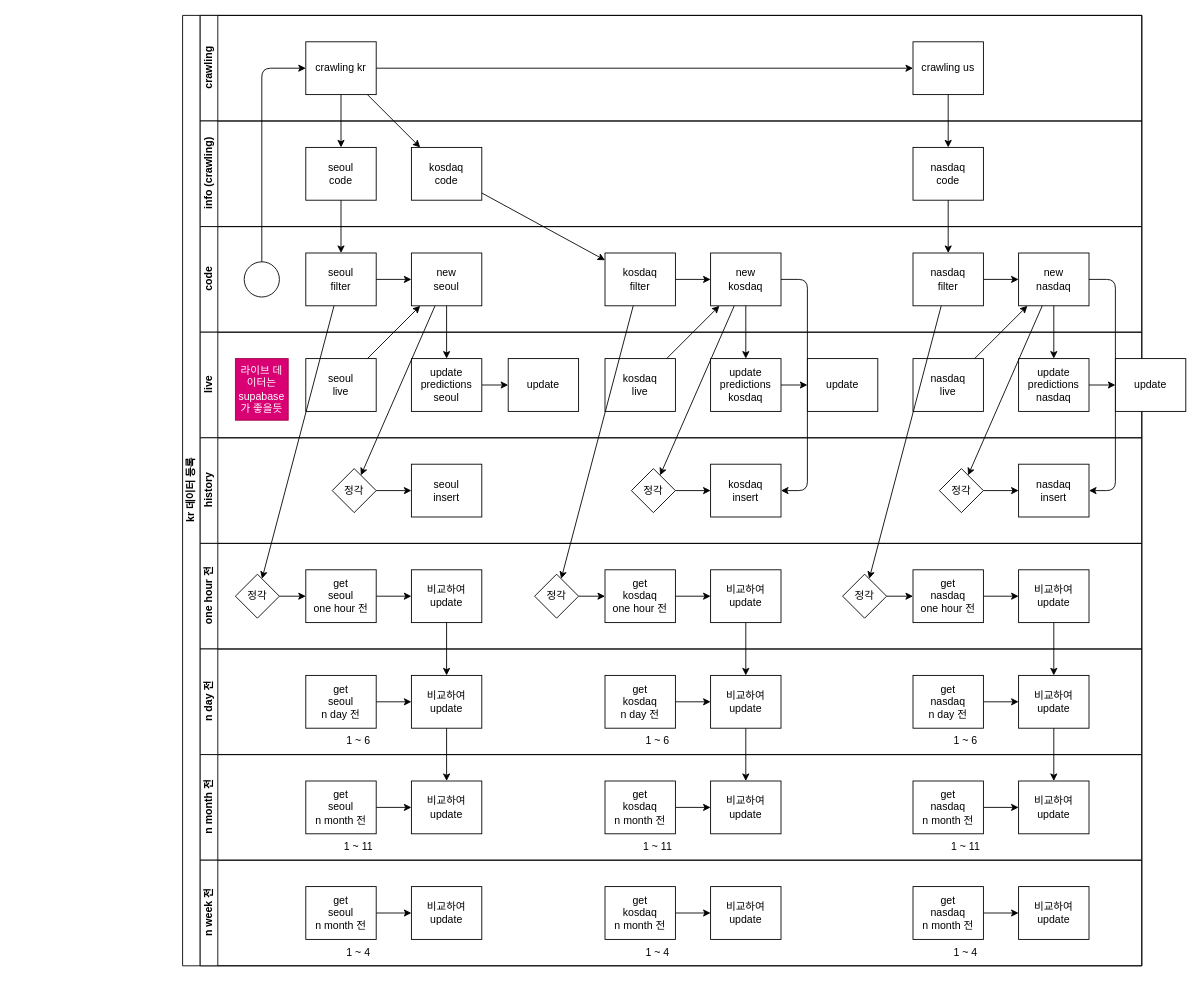
Before: drawio/수집.drawio in inpiniti/stock_server, a draw.io diagram. Source tidied: cells renumbered, new cells numbered last; positions are measured from the earlier drawing's top-left corner, leaving out a move shared by most shapes. Both pictures are drawn from the tidied source at 88%, with x=0, y=0 at pixel (182, 15).
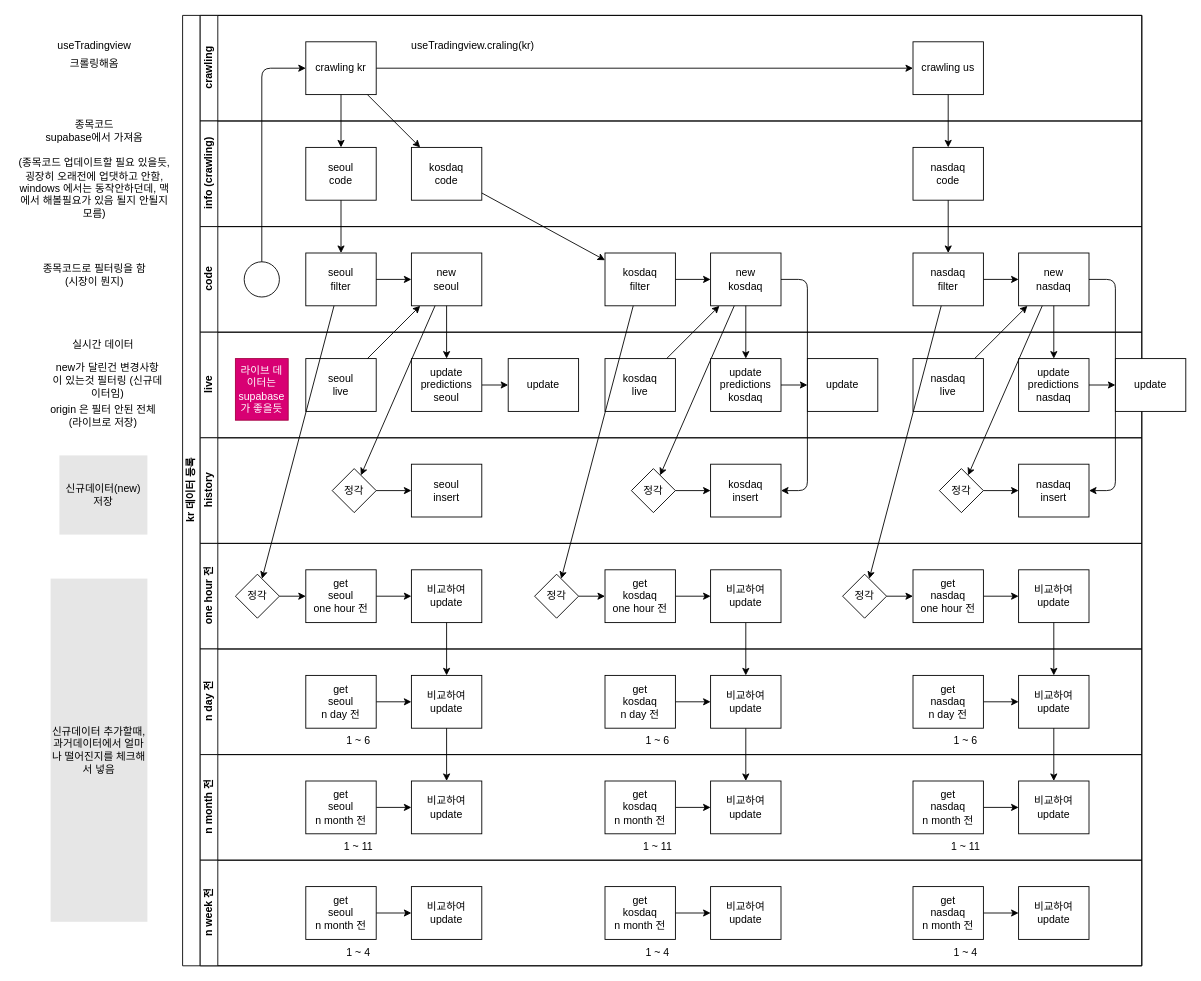
The same page after the edit.

Commit message:
수집.drawio 업데이트

The change refers to these unchanged cells:
```xml
<mxCell id="3" value="crawling" style="swimlane;html=1;startSize=20;horizontal=0;" parent="2" vertex="1">
  <mxGeometry x="20" width="1070" height="120" as="geometry" />
</mxCell>
```

Change to the diagram source:
```diff
@@
+    <mxCell id="128" value="useTradingview.craling(kr)" style="text;html=1;align=center;verticalAlign=middle;whiteSpace=wrap;rounded=0;" parent="3" vertex="1">
+      <mxGeometry x="220" y="20" width="180" height="30" as="geometry" />
+    </mxCell>
@@
+    <mxCell id="129" value="크롤링해옴" style="text;html=1;align=center;verticalAlign=middle;whiteSpace=wrap;rounded=0;" parent="1" vertex="1">
+      <mxGeometry x="-190" y="40" width="180" height="30" as="geometry" />
+    </mxCell>
+    <mxCell id="130" value="종목코드&lt;br&gt;supabase에서 가져옴&lt;br&gt;&lt;br&gt;(종목코드 업데이트할 필요 있을듯, 굉장히 오래전에 업댓하고 안함, windows 에서는 동작안하던데, 맥에서 해볼필요가 있음 될지 안될지 모름)" style="text;html=1;align=center;verticalAlign=middle;whiteSpace=wrap;rounded=0;" parent="1" vertex="1">
+      <mxGeometry x="-190" y="130" width="180" height="90" as="geometry" />
+    </mxCell>
+    <mxCell id="131" value="실시간 데이터" style="text;html=1;align=center;verticalAlign=middle;whiteSpace=wrap;rounded=0;" parent="1" vertex="1">
+      <mxGeometry x="-140" y="360" width="100" height="30" as="geometry" />
+    </mxCell>
+    <mxCell id="132" value="new가 달린건 변경사항이 있는것 필터링 (신규데이터임)" style="text;html=1;align=center;verticalAlign=middle;whiteSpace=wrap;rounded=0;" parent="1" vertex="1">
+      <mxGeometry x="-150" y="400" width="130" height="30" as="geometry" />
+    </mxCell>
+    <mxCell id="133" value="origin 은 필터 안된 전체 (라이브로 저장)" style="text;html=1;align=center;verticalAlign=middle;whiteSpace=wrap;rounded=0;" parent="1" vertex="1">
+      <mxGeometry x="-155" y="440" width="130" height="30" as="geometry" />
+    </mxCell>
+    <mxCell id="134" value="종목코드로 필터링을 함 (시장이 뭔지)" style="text;html=1;align=center;verticalAlign=middle;whiteSpace=wrap;rounded=0;" parent="1" vertex="1">
+      <mxGeometry x="-165" y="280" width="130" height="30" as="geometry" />
+    </mxCell>
+    <mxCell id="135" value="&lt;div&gt;신규데이터 추가할때,&lt;/div&gt;과거데이터에서 얼마나 떨어진지를 체크해서 넣음" style="text;html=1;align=center;verticalAlign=middle;whiteSpace=wrap;rounded=0;fillColor=#E6E6E6;" parent="1" vertex="1">
+      <mxGeometry x="-150" y="640" width="110" height="390" as="geometry" />
+    </mxCell>
+    <mxCell id="136" value="신규데이터(new) 저장" style="text;html=1;align=center;verticalAlign=middle;whiteSpace=wrap;rounded=0;fillColor=#E6E6E6;" parent="1" vertex="1">
+      <mxGeometry x="-140" y="500" width="100" height="90" as="geometry" />
+    </mxCell>
+    <mxCell id="137" value="useTradingview" style="text;html=1;align=center;verticalAlign=middle;whiteSpace=wrap;rounded=0;" parent="1" vertex="1">
+      <mxGeometry x="-190" y="20" width="180" height="30" as="geometry" />
+    </mxCell>
```
